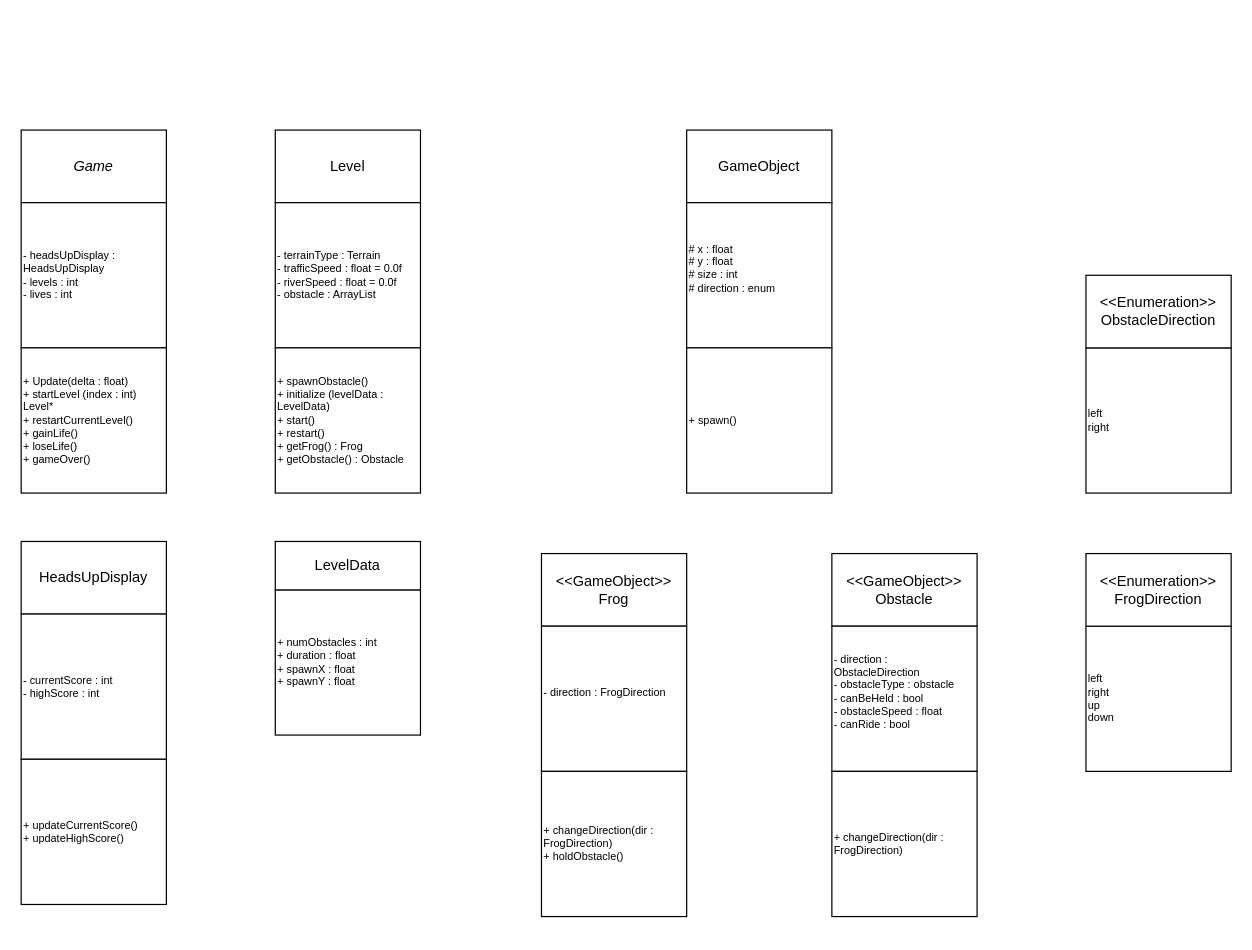
kranouz/UMLs keeps this draw.io diagram as GAM1516_A1_ANGLIN_TRISTAN.drawio. Above is the earlier version. Source tidied: cells renumbered, new cells numbered last; positions are measured from the earlier drawing's top-left corner, leaving out a move shared by most shapes. Both pictures are drawn from the tidied source at 121%, with x=0, y=0 at pixel (21, 129).
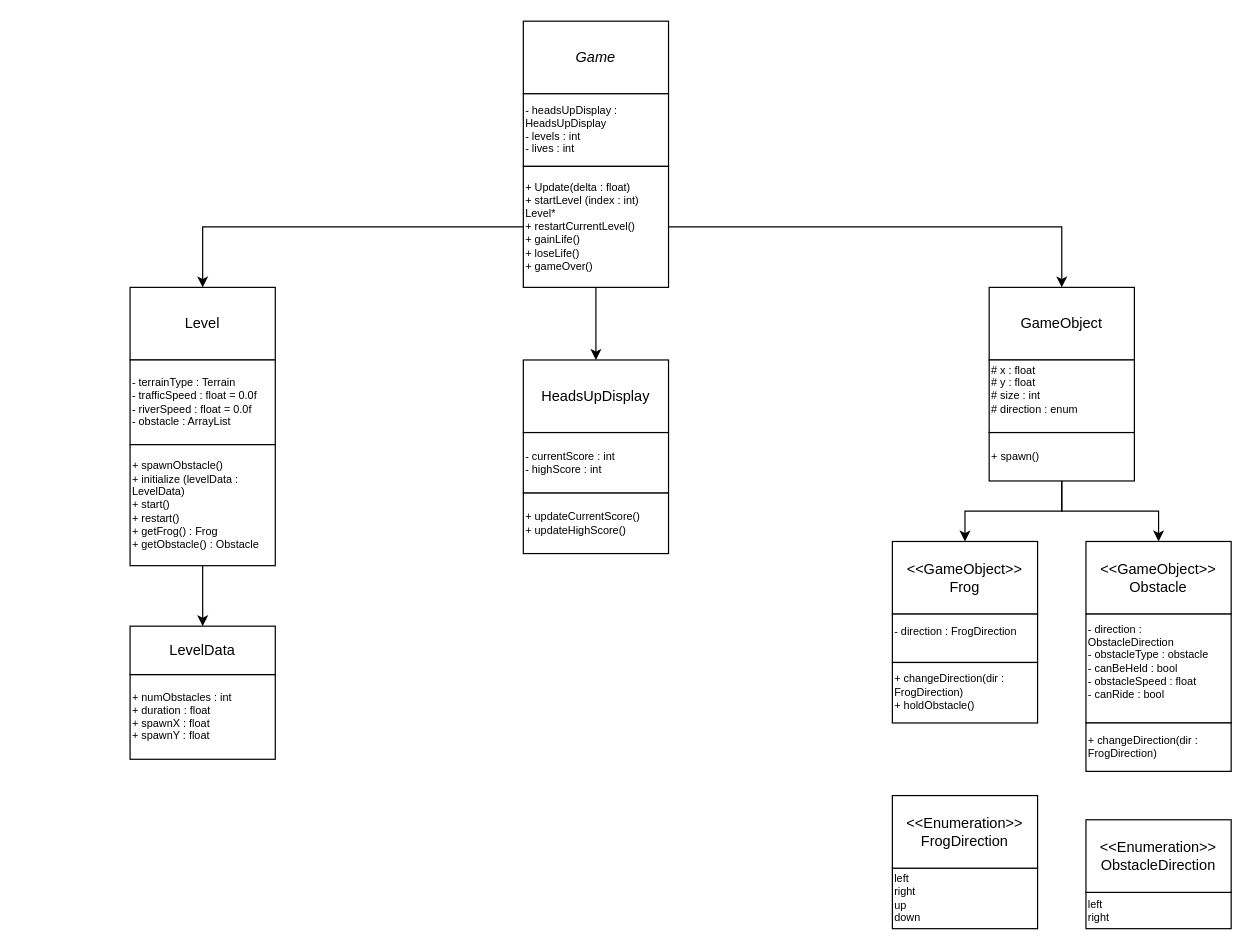
The same page after the edit.

Change to the diagram source:
```diff
@@
     <mxCell id="2" value="&lt;i&gt;Game&lt;/i&gt;" style="rounded=0;whiteSpace=wrap;html=1;" parent="1" vertex="1">
-      <mxGeometry width="120" height="60" as="geometry" />
+      <mxGeometry x="415" y="-90" width="120" height="60" as="geometry" />
     </mxCell>
     <mxCell id="3" value="Level" style="rounded=0;whiteSpace=wrap;html=1;" parent="1" vertex="1">
-      <mxGeometry x="210" width="120" height="60" as="geometry" />
+      <mxGeometry x="90" y="130" width="120" height="60" as="geometry" />
     </mxCell>
     <mxCell id="4" value="&lt;div&gt;&amp;lt;&amp;lt;GameObject&amp;gt;&amp;gt;&lt;/div&gt;Frog" style="rounded=0;whiteSpace=wrap;html=1;" parent="1" vertex="1">
-      <mxGeometry x="430" y="350" width="120" height="60" as="geometry" />
+      <mxGeometry x="720" y="340" width="120" height="60" as="geometry" />
     </mxCell>
     <mxCell id="5" value="HeadsUpDisplay" style="rounded=0;whiteSpace=wrap;html=1;" parent="1" vertex="1">
-      <mxGeometry y="340" width="120" height="60" as="geometry" />
+      <mxGeometry x="415" y="190" width="120" height="60" as="geometry" />
     </mxCell>
     <mxCell id="6" value="- headsUpDisplay : HeadsUpDisplay&lt;div style=&quot;font-size: 9px;&quot;&gt;- levels : int&lt;/div&gt;&lt;div style=&quot;font-size: 9px;&quot;&gt;- lives : int&lt;/div&gt;" style="whiteSpace=wrap;html=1;align=left;fontSize=9;" parent="1" vertex="1">
-      <mxGeometry y="60" width="120" height="120" as="geometry" />
+      <mxGeometry x="415" y="-30" width="120" height="60" as="geometry" />
     </mxCell>
     <mxCell id="7" value="- terrainType : Terrain&lt;div style=&quot;font-size: 9px;&quot;&gt;- trafficSpeed : float = 0.0f&lt;/div&gt;&lt;div style=&quot;font-size: 9px;&quot;&gt;- riverSpeed : float = 0.0f&lt;/div&gt;&lt;div style=&quot;font-size: 9px;&quot;&gt;- obstacle : ArrayList&lt;/div&gt;" style="whiteSpace=wrap;html=1;align=left;fontSize=9;" parent="1" vertex="1">
-      <mxGeometry x="210" y="60" width="120" height="120" as="geometry" />
+      <mxGeometry x="90" y="190" width="120" height="70" as="geometry" />
     </mxCell>
     <mxCell id="8" value="- direction : FrogDirection&lt;div&gt;&lt;br&gt;&lt;/div&gt;" style="whiteSpace=wrap;html=1;align=left;fontSize=9;" parent="1" vertex="1">
-      <mxGeometry x="430" y="410" width="120" height="120" as="geometry" />
+      <mxGeometry x="720" y="400" width="120" height="40" as="geometry" />
     </mxCell>
     <mxCell id="9" value="- currentScore : int&lt;div style=&quot;font-size: 9px;&quot;&gt;- highScore : int&lt;/div&gt;" style="whiteSpace=wrap;html=1;align=left;fontSize=9;" parent="1" vertex="1">
-      <mxGeometry y="400" width="120" height="120" as="geometry" />
+      <mxGeometry x="415" y="250" width="120" height="50" as="geometry" />
     </mxCell>
+    <mxCell id="26" style="edgeStyle=orthogonalEdgeStyle;rounded=0;jettySize=auto;html=1;entryX=0.5;entryY=0;entryDx=0;entryDy=0;" parent="1" edge="1" source="10" target="3">
+      <mxGeometry relative="1" as="geometry" />
+    </mxCell>
+    <mxCell id="27" style="edgeStyle=orthogonalEdgeStyle;rounded=0;jettySize=auto;html=1;entryX=0.5;entryY=0;entryDx=0;entryDy=0;" parent="1" edge="1" source="10" target="19">
+      <mxGeometry relative="1" as="geometry" />
+    </mxCell>
+    <mxCell id="28" style="edgeStyle=orthogonalEdgeStyle;rounded=0;jettySize=auto;html=1;entryX=0.5;entryY=0;entryDx=0;entryDy=0;" parent="1" edge="1" source="10" target="5">
+      <mxGeometry relative="1" as="geometry" />
+    </mxCell>
     <mxCell id="10" value="&lt;div style=&quot;font-size: 9px;&quot;&gt;+ Update(delta : float)&lt;/div&gt;&lt;div style=&quot;&quot;&gt;&lt;span style=&quot;&quot;&gt;+ startLevel (index : int) Level*&lt;/span&gt;&lt;div style=&quot;&quot;&gt;+ restartCurrentLevel()&lt;/div&gt;+ gainLife()&lt;/div&gt;&lt;div style=&quot;font-size: 9px;&quot;&gt;+ loseLife()&lt;/div&gt;&lt;div style=&quot;font-size: 9px;&quot;&gt;+ gameOver()&lt;/div&gt;" style="whiteSpace=wrap;html=1;align=left;fontSize=9;" parent="1" vertex="1">
-      <mxGeometry y="180" width="120" height="120" as="geometry" />
+      <mxGeometry x="415" y="30" width="120" height="100" as="geometry" />
     </mxCell>
+    <mxCell id="29" style="edgeStyle=orthogonalEdgeStyle;rounded=0;jettySize=auto;html=1;entryX=0.5;entryY=0;entryDx=0;entryDy=0;" parent="1" edge="1" source="11" target="25">
+      <mxGeometry relative="1" as="geometry" />
+    </mxCell>
     <mxCell id="11" value="+ spawnObstacle()&lt;div style=&quot;&quot;&gt;&lt;span style=&quot;&quot;&gt;+ initialize (levelData : LevelData)&lt;/span&gt;&lt;div style=&quot;&quot;&gt;+ start()&lt;/div&gt;&lt;div style=&quot;&quot;&gt;+ restart()&lt;/div&gt;&lt;div style=&quot;&quot;&gt;+ getFrog() : Frog&lt;/div&gt;&lt;div style=&quot;&quot;&gt;+ getObstacle() : Obstacle&lt;/div&gt;&lt;/div&gt;" style="whiteSpace=wrap;html=1;align=left;fontSize=9;" parent="1" vertex="1">
-      <mxGeometry x="210" y="180" width="120" height="120" as="geometry" />
+      <mxGeometry x="90" y="260" width="120" height="100" as="geometry" />
     </mxCell>
     <mxCell id="12" value="left&lt;div style=&quot;font-size: 9px;&quot;&gt;right&lt;/div&gt;&lt;div style=&quot;font-size: 9px;&quot;&gt;up&lt;/div&gt;&lt;div style=&quot;font-size: 9px;&quot;&gt;down&lt;/div&gt;" style="whiteSpace=wrap;html=1;align=left;fontSize=9;" parent="1" vertex="1">
-      <mxGeometry x="880" y="410" width="120" height="120" as="geometry" />
+      <mxGeometry x="720" y="610" width="120" height="50" as="geometry" />
     </mxCell>
     <mxCell id="13" value="+ updateCurrentScore()&lt;div style=&quot;font-size: 9px;&quot;&gt;+ updateHighScore()&lt;/div&gt;" style="whiteSpace=wrap;html=1;align=left;fontSize=9;" parent="1" vertex="1">
-      <mxGeometry y="520" width="120" height="120" as="geometry" />
+      <mxGeometry x="415" y="300" width="120" height="50" as="geometry" />
     </mxCell>
     <mxCell id="14" value="&lt;div&gt;&amp;lt;&amp;lt;Enumeration&amp;gt;&amp;gt;&lt;br&gt;&lt;/div&gt;FrogDirection" style="rounded=0;whiteSpace=wrap;html=1;" parent="1" vertex="1">
-      <mxGeometry x="880" y="350" width="120" height="60" as="geometry" />
+      <mxGeometry x="720" y="550" width="120" height="60" as="geometry" />
     </mxCell>
     <mxCell id="15" value="+ changeDirection(dir : FrogDirection)&lt;div&gt;+ holdObstacle()&lt;/div&gt;" style="whiteSpace=wrap;html=1;align=left;fontSize=9;" parent="1" vertex="1">
-      <mxGeometry x="430" y="530" width="120" height="120" as="geometry" />
+      <mxGeometry x="720" y="440" width="120" height="50" as="geometry" />
     </mxCell>
     <mxCell id="16" value="&lt;div&gt;&amp;lt;&amp;lt;GameObject&amp;gt;&amp;gt;&lt;/div&gt;Obstacle" style="rounded=0;whiteSpace=wrap;html=1;" parent="1" vertex="1">
-      <mxGeometry x="670" y="350" width="120" height="60" as="geometry" />
+      <mxGeometry x="880" y="340" width="120" height="60" as="geometry" />
     </mxCell>
     <mxCell id="17" value="- direction : ObstacleDirection&lt;div&gt;- obstacleType : obstacle&lt;/div&gt;&lt;div&gt;- canBeHeld : bool&lt;/div&gt;&lt;div&gt;- obstacleSpeed : float&lt;/div&gt;&lt;div&gt;- canRide : bool&lt;br&gt;&lt;div&gt;&lt;br&gt;&lt;/div&gt;&lt;/div&gt;" style="whiteSpace=wrap;html=1;align=left;fontSize=9;" parent="1" vertex="1">
-      <mxGeometry x="670" y="410" width="120" height="120" as="geometry" />
+      <mxGeometry x="880" y="400" width="120" height="90" as="geometry" />
     </mxCell>
     <mxCell id="18" value="+ changeDirection(dir : FrogDirection)" style="whiteSpace=wrap;html=1;align=left;fontSize=9;" parent="1" vertex="1">
-      <mxGeometry x="670" y="530" width="120" height="120" as="geometry" />
+      <mxGeometry x="880" y="490" width="120" height="40" as="geometry" />
     </mxCell>
     <mxCell id="19" value="&lt;div&gt;GameObject&lt;/div&gt;" style="rounded=0;whiteSpace=wrap;html=1;" parent="1" vertex="1">
-      <mxGeometry x="550" width="120" height="60" as="geometry" />
+      <mxGeometry x="800" y="130" width="120" height="60" as="geometry" />
     </mxCell>
     <mxCell id="20" value="&lt;div style=&quot;font-size: 9px;&quot;&gt;&lt;span style=&quot;font-size: 9px;&quot;&gt;# x : float&lt;/span&gt;&lt;div style=&quot;font-size: 9px;&quot;&gt;# y : float&lt;/div&gt;&lt;div style=&quot;font-size: 9px;&quot;&gt;# size : int&lt;/div&gt;&lt;div style=&quot;font-size: 9px;&quot;&gt;# direction : enum&lt;/div&gt;&lt;div style=&quot;font-size: 9px;&quot;&gt;&lt;br&gt;&lt;/div&gt;&lt;/div&gt;" style="whiteSpace=wrap;html=1;align=left;fontSize=9;" parent="1" vertex="1">
-      <mxGeometry x="550" y="60" width="120" height="120" as="geometry" />
+      <mxGeometry x="800" y="190" width="120" height="60" as="geometry" />
     </mxCell>
+    <mxCell id="30" style="edgeStyle=orthogonalEdgeStyle;rounded=0;jettySize=auto;html=1;entryX=0.5;entryY=0;entryDx=0;entryDy=0;" parent="1" edge="1" source="21" target="4">
+      <mxGeometry relative="1" as="geometry" />
+    </mxCell>
+    <mxCell id="31" style="edgeStyle=orthogonalEdgeStyle;rounded=0;jettySize=auto;html=1;entryX=0.5;entryY=0;entryDx=0;entryDy=0;" parent="1" edge="1" source="21" target="16">
+      <mxGeometry relative="1" as="geometry" />
+    </mxCell>
-    <mxCell id="21" value="&lt;span style=&quot;font-size: 9px;&quot;&gt;+ spawn()&lt;/span&gt;" style="whiteSpace=wrap;html=1;align=left;fontSize=9;" parent="1" vertex="1">
-      <mxGeometry x="550" y="180" width="120" height="120" as="geometry" />
+    <mxCell id="21" value="&lt;span style=&quot;font-size: 9px;&quot;&gt;+ spawn()&lt;/span&gt;" style="whiteSpace=wrap;html=1;align=left;fontSize=9;rounded=0;glass=0;" parent="1" vertex="1">
+      <mxGeometry x="800" y="250" width="120" height="40" as="geometry" />
     </mxCell>
     <mxCell id="22" value="left&lt;div style=&quot;font-size: 9px;&quot;&gt;right&lt;/div&gt;" style="whiteSpace=wrap;html=1;align=left;fontSize=9;" parent="1" vertex="1">
-      <mxGeometry x="880" y="180" width="120" height="120" as="geometry" />
+      <mxGeometry x="880" y="630" width="120" height="30" as="geometry" />
     </mxCell>
     <mxCell id="23" value="&lt;div&gt;&amp;lt;&amp;lt;Enumeration&amp;gt;&amp;gt;&lt;br&gt;&lt;/div&gt;ObstacleDirection" style="rounded=0;whiteSpace=wrap;html=1;" parent="1" vertex="1">
-      <mxGeometry x="880" y="120" width="120" height="60" as="geometry" />
+      <mxGeometry x="880" y="570" width="120" height="60" as="geometry" />
     </mxCell>
     <mxCell id="24" value="+ numObstacles : int&lt;div style=&quot;font-size: 9px;&quot;&gt;+ duration : float&lt;/div&gt;&lt;div style=&quot;font-size: 9px;&quot;&gt;+ spawnX : float&lt;/div&gt;&lt;div style=&quot;font-size: 9px;&quot;&gt;+ spawnY : float&lt;/div&gt;" style="rounded=0;whiteSpace=wrap;html=1;align=left;fontSize=9;" parent="1" vertex="1">
-      <mxGeometry x="210" y="380" width="120" height="120" as="geometry" />
+      <mxGeometry x="90" y="450" width="120" height="70" as="geometry" />
     </mxCell>
     <mxCell id="25" value="LevelData" style="rounded=0;whiteSpace=wrap;html=1;" parent="1" vertex="1">
-      <mxGeometry x="210" y="340" width="120" height="40" as="geometry" />
+      <mxGeometry x="90" y="410" width="120" height="40" as="geometry" />
     </mxCell>
```
